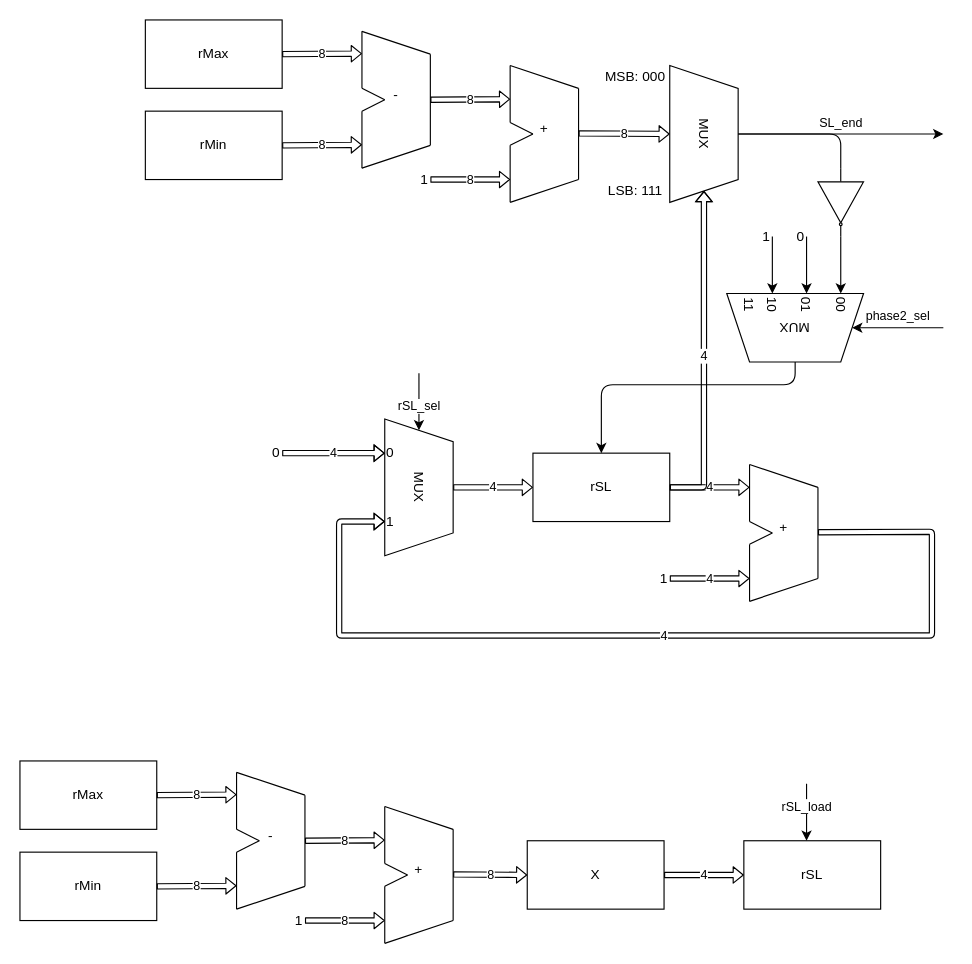
Earlier version of the draw.io diagram datapaths/regSL.drawio (EmilioCorigliano/Progetto-Reti-Logiche-20-21). Source tidied: cells renumbered, new cells numbered last; positions are measured from the earlier drawing's top-left corner, leaving out a move shared by most shapes. Both pictures are drawn from the tidied source at 114%, with x=0, y=0 at pixel (19, 19).
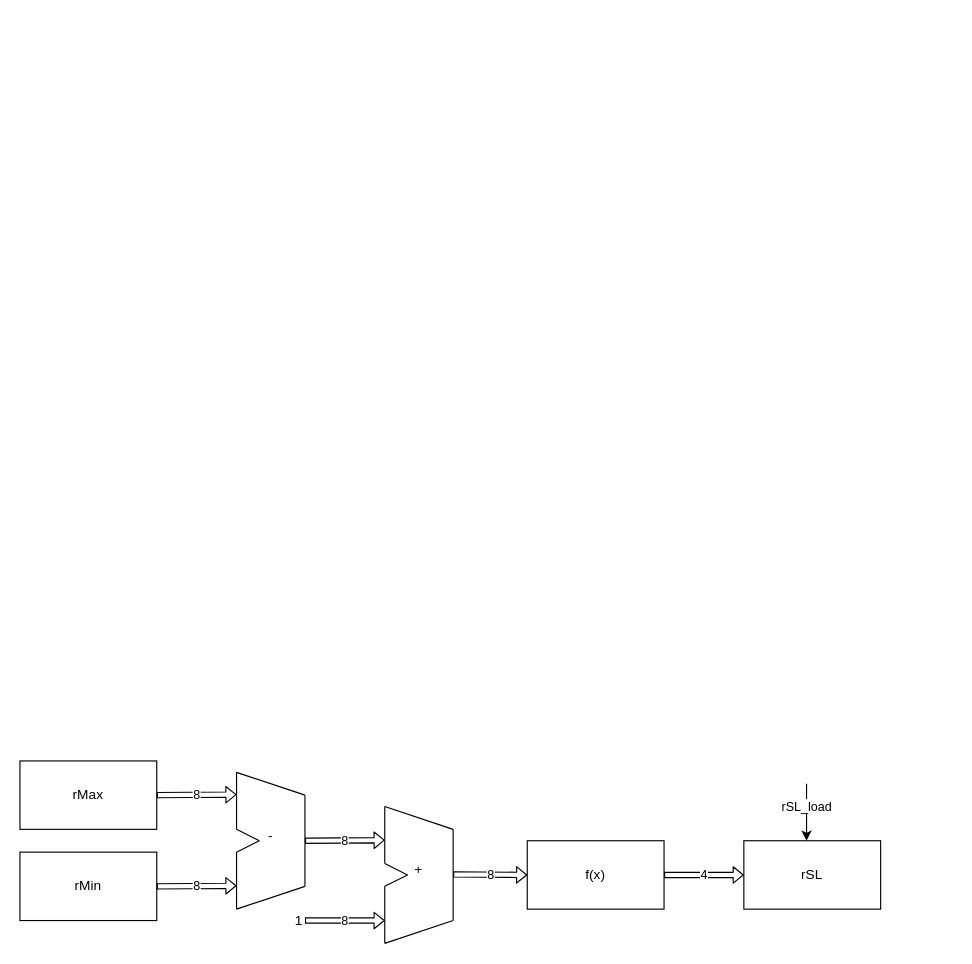
After the change.

Change to the diagram source:
```diff
@@
-    <mxCell id="2" value="rMax" style="rounded=0;whiteSpace=wrap;html=1;fillColor=#FFFFFF;" parent="1" vertex="1">
-      <mxGeometry x="110" width="120" height="60" as="geometry" />
-    </mxCell>
-    <mxCell id="3" style="group;" parent="1" vertex="1">
-      <mxGeometry x="320" y="350" width="60" height="120" as="geometry" />
-    </mxCell>
-    <mxCell id="4" value="MUX" style="shape=trapezoid;perimeter=trapezoidPerimeter;whiteSpace=wrap;html=1;fixedSize=1;size=20;rotation=90;" parent="3" vertex="1">
-      <mxGeometry x="-30" y="30" width="120" height="60" as="geometry" />
-    </mxCell>
-    <mxCell id="5" value="0" style="text;html=1;strokeColor=none;fillColor=none;align=center;verticalAlign=middle;whiteSpace=wrap;rounded=0;" parent="3" vertex="1">
-      <mxGeometry y="20" width="10" height="20" as="geometry" />
-    </mxCell>
-    <mxCell id="6" value="1" style="text;html=1;strokeColor=none;fillColor=none;align=center;verticalAlign=middle;whiteSpace=wrap;rounded=0;" parent="3" vertex="1">
-      <mxGeometry y="80" width="10" height="20" as="geometry" />
-    </mxCell>
-    <mxCell id="7" value="rSL_sel" style="endArrow=classic;html=1;entryX=0;entryY=0.5;entryDx=0;entryDy=0;" parent="1" edge="1" target="4">
-      <mxGeometry x="0.2" relative="1" as="geometry">
-        <mxPoint x="350" y="310" as="sourcePoint" />
-        <mxPoint y="-1" as="offset" />
-      </mxGeometry>
-    </mxCell>
-    <mxCell id="8" value="rSL" style="rounded=0;whiteSpace=wrap;html=1;fillColor=#FFFFFF;" parent="1" vertex="1">
-      <mxGeometry x="450" y="380" width="120" height="60" as="geometry" />
-    </mxCell>
-    <mxCell id="9" value="4" style="shape=flexArrow;endArrow=classic;html=1;width=4.571428571428571;endSize=2.617142857142857;endWidth=8.816326530612246;exitX=0.5;exitY=0;exitDx=0;exitDy=0;entryX=0;entryY=0.5;entryDx=0;entryDy=0;" parent="1" edge="1" source="4" target="8">
-      <mxGeometry relative="1" as="geometry" />
-    </mxCell>
-    <mxCell id="10" value="&#10;&#10;&#10;+" style="group;fillColor=#FFFFFF;" parent="1" vertex="1">
-      <mxGeometry x="640" y="390" width="60" height="120" as="geometry" />
-    </mxCell>
-    <mxCell id="11" style="endArrow=none;html=1;" parent="10" edge="1">
-      <mxGeometry relative="1" as="geometry">
-        <mxPoint y="120" as="sourcePoint" />
-        <mxPoint y="70" as="targetPoint" />
-      </mxGeometry>
-    </mxCell>
-    <mxCell id="12" style="endArrow=none;html=1;" parent="10" edge="1">
-      <mxGeometry relative="1" as="geometry">
-        <mxPoint y="50" as="sourcePoint" />
-        <mxPoint as="targetPoint" />
-      </mxGeometry>
-    </mxCell>
-    <mxCell id="13" style="endArrow=none;html=1;" parent="10" edge="1">
-      <mxGeometry relative="1" as="geometry">
-        <mxPoint x="20" y="60" as="sourcePoint" />
-        <mxPoint y="50" as="targetPoint" />
-      </mxGeometry>
-    </mxCell>
-    <mxCell id="14" style="endArrow=none;html=1;" parent="10" edge="1">
-      <mxGeometry relative="1" as="geometry">
-        <mxPoint x="20" y="60" as="sourcePoint" />
-        <mxPoint y="70" as="targetPoint" />
-      </mxGeometry>
-    </mxCell>
-    <mxCell id="15" style="endArrow=none;html=1;" parent="10" edge="1">
-      <mxGeometry relative="1" as="geometry">
-        <mxPoint y="120" as="sourcePoint" />
-        <mxPoint x="60" y="100" as="targetPoint" />
-      </mxGeometry>
-    </mxCell>
-    <mxCell id="16" style="endArrow=none;html=1;" parent="10" edge="1">
-      <mxGeometry relative="1" as="geometry">
-        <mxPoint as="sourcePoint" />
-        <mxPoint x="60" y="20" as="targetPoint" />
-      </mxGeometry>
-    </mxCell>
-    <mxCell id="17" style="endArrow=none;html=1;" parent="10" edge="1">
-      <mxGeometry relative="1" as="geometry">
-        <mxPoint x="60" y="100" as="sourcePoint" />
-        <mxPoint x="60" y="20" as="targetPoint" />
-      </mxGeometry>
-    </mxCell>
-    <mxCell id="18" value="4" style="shape=flexArrow;endArrow=classic;html=1;width=4.571428571428571;endSize=2.617142857142857;endWidth=8.816326530612246;exitX=1;exitY=0.5;exitDx=0;exitDy=0;" parent="1" edge="1" source="8">
-      <mxGeometry relative="1" as="geometry">
-        <mxPoint x="640" y="410" as="targetPoint" />
-      </mxGeometry>
-    </mxCell>
-    <mxCell id="19" value="4" style="shape=flexArrow;endArrow=classic;html=1;width=4.571428571428571;endSize=2.617142857142857;endWidth=8.816326530612246;exitX=1;exitY=0.5;exitDx=0;exitDy=0;" parent="1" edge="1">
-      <mxGeometry relative="1" as="geometry">
-        <mxPoint x="570" y="490" as="sourcePoint" />
-        <mxPoint x="640" y="490" as="targetPoint" />
-      </mxGeometry>
-    </mxCell>
-    <mxCell id="20" value="1" style="text;html=1;strokeColor=none;fillColor=none;align=center;verticalAlign=middle;whiteSpace=wrap;rounded=0;" parent="1" vertex="1">
-      <mxGeometry x="560" y="480" width="10" height="20" as="geometry" />
-    </mxCell>
-    <mxCell id="21" value="4" style="shape=flexArrow;endArrow=classic;html=1;width=4.571428571428571;endSize=2.617142857142857;endWidth=8.816326530612246;exitX=1;exitY=0.5;exitDx=0;exitDy=0;entryX=0.75;entryY=1;entryDx=0;entryDy=0;" parent="1" edge="1" target="4">
-      <mxGeometry relative="1" as="geometry">
-        <mxPoint x="700" y="449.4" as="sourcePoint" />
-        <Array as="points">
-          <mxPoint x="800" y="449" />
-          <mxPoint x="800" y="540" />
-          <mxPoint x="280" y="540" />
-          <mxPoint x="280" y="440" />
-        </Array>
-      </mxGeometry>
-    </mxCell>
-    <mxCell id="22" value="4" style="shape=flexArrow;endArrow=classic;html=1;width=4.571428571428571;endSize=2.617142857142857;endWidth=8.816326530612246;exitX=1;exitY=0.5;exitDx=0;exitDy=0;entryX=1;entryY=0.5;entryDx=0;entryDy=0;" parent="1" edge="1" source="8" target="48">
-      <mxGeometry relative="1" as="geometry">
-        <Array as="points">
-          <mxPoint x="600" y="410" />
-        </Array>
-      </mxGeometry>
-    </mxCell>
-    <mxCell id="23" value="4" style="shape=flexArrow;endArrow=classic;html=1;width=4.571428571428571;endSize=2.617142857142857;endWidth=8.816326530612246;exitX=1;exitY=0.5;exitDx=0;exitDy=0;entryX=0;entryY=0.5;entryDx=0;entryDy=0;" parent="1" edge="1" target="5">
-      <mxGeometry relative="1" as="geometry">
-        <mxPoint x="230" y="380" as="sourcePoint" />
-        <Array as="points">
-          <mxPoint x="280" y="380" />
-        </Array>
-      </mxGeometry>
-    </mxCell>
-    <mxCell id="24" value="rMin" style="rounded=0;whiteSpace=wrap;html=1;fillColor=#FFFFFF;" parent="1" vertex="1">
-      <mxGeometry x="110" y="80" width="120" height="60" as="geometry" />
-    </mxCell>
-    <mxCell id="25" value="&#10;&#10;&#10;-&#10;" style="group;fillColor=#FFFFFF;" parent="1" vertex="1">
-      <mxGeometry x="300" y="10" width="60" height="120" as="geometry" />
-    </mxCell>
-    <mxCell id="26" style="endArrow=none;html=1;" parent="25" edge="1">
-      <mxGeometry relative="1" as="geometry">
-        <mxPoint y="120" as="sourcePoint" />
-        <mxPoint y="70" as="targetPoint" />
-      </mxGeometry>
-    </mxCell>
-    <mxCell id="27" style="endArrow=none;html=1;" parent="25" edge="1">
-      <mxGeometry relative="1" as="geometry">
-        <mxPoint y="50" as="sourcePoint" />
-        <mxPoint as="targetPoint" />
-      </mxGeometry>
-    </mxCell>
-    <mxCell id="28" style="endArrow=none;html=1;" parent="25" edge="1">
-      <mxGeometry relative="1" as="geometry">
-        <mxPoint x="20" y="60" as="sourcePoint" />
-        <mxPoint y="50" as="targetPoint" />
-      </mxGeometry>
-    </mxCell>
-    <mxCell id="29" style="endArrow=none;html=1;" parent="25" edge="1">
-      <mxGeometry relative="1" as="geometry">
-        <mxPoint x="20" y="60" as="sourcePoint" />
-        <mxPoint y="70" as="targetPoint" />
-      </mxGeometry>
-    </mxCell>
-    <mxCell id="30" style="endArrow=none;html=1;" parent="25" edge="1">
-      <mxGeometry relative="1" as="geometry">
-        <mxPoint y="120" as="sourcePoint" />
-        <mxPoint x="60" y="100" as="targetPoint" />
-      </mxGeometry>
-    </mxCell>
-    <mxCell id="31" style="endArrow=none;html=1;" parent="25" edge="1">
-      <mxGeometry relative="1" as="geometry">
-        <mxPoint as="sourcePoint" />
-        <mxPoint x="60" y="20" as="targetPoint" />
-      </mxGeometry>
-    </mxCell>
-    <mxCell id="32" style="endArrow=none;html=1;" parent="25" edge="1">
-      <mxGeometry relative="1" as="geometry">
-        <mxPoint x="60" y="100" as="sourcePoint" />
-        <mxPoint x="60" y="20" as="targetPoint" />
-      </mxGeometry>
-    </mxCell>
-    <mxCell id="33" value="8" style="shape=flexArrow;endArrow=classic;html=1;width=4.571428571428571;endSize=2.617142857142857;endWidth=8.816326530612246;exitX=1;exitY=0.5;exitDx=0;exitDy=0;" parent="1" edge="1" source="24">
-      <mxGeometry relative="1" as="geometry">
-        <mxPoint x="300" y="109.5" as="targetPoint" />
-      </mxGeometry>
-    </mxCell>
-    <mxCell id="34" value="8" style="shape=flexArrow;endArrow=classic;html=1;width=4.571428571428571;endSize=2.617142857142857;endWidth=8.816326530612246;exitX=1;exitY=0.5;exitDx=0;exitDy=0;" parent="1" edge="1" source="2">
-      <mxGeometry relative="1" as="geometry">
-        <mxPoint x="300" y="29.5" as="targetPoint" />
-      </mxGeometry>
-    </mxCell>
-    <mxCell id="35" value="&#10;&#10;&#10;+" style="group;fillColor=#FFFFFF;" parent="1" vertex="1">
-      <mxGeometry x="430" y="40" width="60" height="120" as="geometry" />
-    </mxCell>
-    <mxCell id="36" style="endArrow=none;html=1;" parent="35" edge="1">
-      <mxGeometry relative="1" as="geometry">
-        <mxPoint y="120" as="sourcePoint" />
-        <mxPoint y="70" as="targetPoint" />
-      </mxGeometry>
-    </mxCell>
-    <mxCell id="37" style="endArrow=none;html=1;" parent="35" edge="1">
-      <mxGeometry relative="1" as="geometry">
-        <mxPoint x="60" y="100" as="sourcePoint" />
-        <mxPoint x="60" y="20" as="targetPoint" />
-      </mxGeometry>
-    </mxCell>
-    <mxCell id="38" style="endArrow=none;html=1;" parent="35" edge="1">
-      <mxGeometry relative="1" as="geometry">
-        <mxPoint y="50" as="sourcePoint" />
-        <mxPoint as="targetPoint" />
-      </mxGeometry>
-    </mxCell>
-    <mxCell id="39" style="endArrow=none;html=1;" parent="35" edge="1">
-      <mxGeometry relative="1" as="geometry">
-        <mxPoint x="20" y="60" as="sourcePoint" />
-        <mxPoint y="50" as="targetPoint" />
-      </mxGeometry>
-    </mxCell>
-    <mxCell id="40" style="endArrow=none;html=1;" parent="35" edge="1">
-      <mxGeometry relative="1" as="geometry">
-        <mxPoint x="20" y="60" as="sourcePoint" />
-        <mxPoint y="70" as="targetPoint" />
-      </mxGeometry>
-    </mxCell>
-    <mxCell id="41" style="endArrow=none;html=1;" parent="35" edge="1">
-      <mxGeometry relative="1" as="geometry">
-        <mxPoint y="120" as="sourcePoint" />
-        <mxPoint x="60" y="100" as="targetPoint" />
-      </mxGeometry>
-    </mxCell>
-    <mxCell id="42" style="endArrow=none;html=1;" parent="35" edge="1">
-      <mxGeometry relative="1" as="geometry">
-        <mxPoint as="sourcePoint" />
-        <mxPoint x="60" y="20" as="targetPoint" />
-      </mxGeometry>
-    </mxCell>
-    <mxCell id="43" value="8" style="shape=flexArrow;endArrow=classic;html=1;width=4.571428571428571;endSize=2.617142857142857;endWidth=8.816326530612246;exitX=1;exitY=0.5;exitDx=0;exitDy=0;" parent="1" edge="1">
-      <mxGeometry relative="1" as="geometry">
-        <mxPoint x="360" y="70" as="sourcePoint" />
-        <mxPoint x="430" y="69.5" as="targetPoint" />
-      </mxGeometry>
-    </mxCell>
-    <mxCell id="44" value="8" style="shape=flexArrow;endArrow=classic;html=1;width=4.571428571428571;endSize=2.617142857142857;endWidth=8.816326530612246;exitX=1;exitY=0.5;exitDx=0;exitDy=0;" parent="1" edge="1">
-      <mxGeometry relative="1" as="geometry">
-        <mxPoint x="360" y="140" as="sourcePoint" />
-        <mxPoint x="430" y="140" as="targetPoint" />
-      </mxGeometry>
-    </mxCell>
-    <mxCell id="45" value="1" style="text;html=1;strokeColor=none;fillColor=none;align=center;verticalAlign=middle;whiteSpace=wrap;rounded=0;" parent="1" vertex="1">
-      <mxGeometry x="350" y="130" width="10" height="20" as="geometry" />
-    </mxCell>
-    <mxCell id="46" value="8" style="shape=flexArrow;endArrow=classic;html=1;width=4.571428571428571;endSize=2.617142857142857;endWidth=8.816326530612246;entryX=0.5;entryY=1;entryDx=0;entryDy=0;" parent="1" edge="1" target="48">
-      <mxGeometry relative="1" as="geometry">
-        <mxPoint x="490" y="99.5" as="sourcePoint" />
-      </mxGeometry>
-    </mxCell>
-    <mxCell id="47" style="group;" parent="1" vertex="1">
-      <mxGeometry x="570" y="40" width="60" height="120" as="geometry" />
-    </mxCell>
-    <mxCell id="48" value="MUX" style="shape=trapezoid;perimeter=trapezoidPerimeter;whiteSpace=wrap;html=1;fixedSize=1;size=20;rotation=90;" parent="47" vertex="1">
-      <mxGeometry x="-30" y="30" width="120" height="60" as="geometry" />
-    </mxCell>
-    <mxCell id="49" value="0" style="text;html=1;strokeColor=none;fillColor=none;align=center;verticalAlign=middle;whiteSpace=wrap;rounded=0;" parent="1" vertex="1">
-      <mxGeometry x="220" y="370" width="10" height="20" as="geometry" />
-    </mxCell>
-    <mxCell id="50" style="edgeStyle=orthogonalEdgeStyle;rounded=0;jettySize=auto;html=1;exitX=1;exitY=0.5;exitDx=0;exitDy=0;entryX=0;entryY=0.5;entryDx=0;entryDy=0;" parent="1" edge="1" source="51" target="57">
-      <mxGeometry relative="1" as="geometry" />
-    </mxCell>
-    <mxCell id="51" style="verticalLabelPosition=bottom;shadow=0;dashed=0;align=center;html=1;verticalAlign=top;shape=mxgraph.electrical.logic_gates.buffer2;negating=1;rotation=90;" parent="1" vertex="1">
-      <mxGeometry x="690" y="140" width="60" height="40" as="geometry" />
-    </mxCell>
-    <mxCell id="52" style="endArrow=none;html=1;exitX=0.5;exitY=0;exitDx=0;exitDy=0;entryX=0;entryY=0.5;entryDx=0;entryDy=0;" parent="1" edge="1" source="48" target="51">
-      <mxGeometry relative="1" as="geometry">
-        <Array as="points">
-          <mxPoint x="720" y="100" />
-        </Array>
-      </mxGeometry>
-    </mxCell>
-    <mxCell id="53" value="MSB: 000" style="text;html=1;strokeColor=none;fillColor=none;align=center;verticalAlign=middle;whiteSpace=wrap;rounded=0;" parent="1" vertex="1">
-      <mxGeometry x="510" y="40" width="60" height="20" as="geometry" />
-    </mxCell>
-    <mxCell id="54" value="LSB: 111" style="text;html=1;strokeColor=none;fillColor=none;align=center;verticalAlign=middle;whiteSpace=wrap;rounded=0;" parent="1" vertex="1">
-      <mxGeometry x="510" y="140" width="60" height="20" as="geometry" />
-    </mxCell>
-    <mxCell id="55" style="group;rotation=90;" parent="1" vertex="1">
-      <mxGeometry x="650" y="210" width="60" height="120" as="geometry" />
-    </mxCell>
-    <mxCell id="56" value="MUX" style="shape=trapezoid;perimeter=trapezoidPerimeter;whiteSpace=wrap;html=1;fixedSize=1;size=20;rotation=180;" parent="55" vertex="1">
-      <mxGeometry x="-30" y="30" width="120" height="60" as="geometry" />
-    </mxCell>
-    <mxCell id="57" value="00" style="text;html=1;strokeColor=none;fillColor=none;align=center;verticalAlign=middle;whiteSpace=wrap;rounded=0;rotation=90;" parent="55" vertex="1">
-      <mxGeometry x="60" y="30" width="20" height="20" as="geometry" />
-    </mxCell>
-    <mxCell id="58" value="01" style="text;html=1;strokeColor=none;fillColor=none;align=center;verticalAlign=middle;whiteSpace=wrap;rounded=0;rotation=90;" parent="55" vertex="1">
-      <mxGeometry x="30" y="30" width="20" height="20" as="geometry" />
-    </mxCell>
-    <mxCell id="59" value="10" style="text;html=1;strokeColor=none;fillColor=none;align=center;verticalAlign=middle;whiteSpace=wrap;rounded=0;rotation=90;" parent="55" vertex="1">
-      <mxGeometry y="30" width="20" height="20" as="geometry" />
-    </mxCell>
-    <mxCell id="60" value="11" style="text;html=1;strokeColor=none;fillColor=none;align=center;verticalAlign=middle;whiteSpace=wrap;rounded=0;rotation=90;" parent="55" vertex="1">
-      <mxGeometry x="-20" y="30" width="20" height="20" as="geometry" />
-    </mxCell>
-    <mxCell id="61" value="0" style="text;html=1;strokeColor=none;fillColor=none;align=center;verticalAlign=middle;whiteSpace=wrap;rounded=0;" parent="1" vertex="1">
-      <mxGeometry x="680" y="180" width="10" height="20" as="geometry" />
-    </mxCell>
-    <mxCell id="62" style="endArrow=classic;html=1;exitX=1;exitY=0.5;exitDx=0;exitDy=0;entryX=0;entryY=0.5;entryDx=0;entryDy=0;" parent="1" edge="1" source="61" target="58">
-      <mxGeometry x="0.2" relative="1" as="geometry">
-        <mxPoint y="-1" as="offset" />
-      </mxGeometry>
-    </mxCell>
-    <mxCell id="63" style="endArrow=classic;html=1;entryX=0;entryY=0.5;entryDx=0;entryDy=0;exitX=1;exitY=0.5;exitDx=0;exitDy=0;" parent="1" edge="1" source="64" target="59">
-      <mxGeometry x="0.2" relative="1" as="geometry">
-        <mxPoint y="-1" as="offset" />
-      </mxGeometry>
-    </mxCell>
-    <mxCell id="64" value="1" style="text;html=1;strokeColor=none;fillColor=none;align=center;verticalAlign=middle;whiteSpace=wrap;rounded=0;" parent="1" vertex="1">
-      <mxGeometry x="650" y="180" width="10" height="20" as="geometry" />
-    </mxCell>
-    <mxCell id="65" style="endArrow=classic;html=1;entryX=0.5;entryY=0;entryDx=0;entryDy=0;exitX=0.5;exitY=0;exitDx=0;exitDy=0;" parent="1" edge="1" source="56" target="8">
-      <mxGeometry x="0.76" relative="1" as="geometry">
-        <Array as="points">
-          <mxPoint x="680" y="320" />
-          <mxPoint x="510" y="320" />
-        </Array>
-      </mxGeometry>
-    </mxCell>
-    <mxCell id="66" value="phase2_sel" style="endArrow=classic;html=1;entryX=0;entryY=0.5;entryDx=0;entryDy=0;" parent="1" edge="1" target="56">
-      <mxGeometry y="-10" relative="1" as="geometry">
-        <mxPoint x="810" y="270" as="sourcePoint" />
-      </mxGeometry>
-    </mxCell>
-    <mxCell id="67" value="SL_end" style="endArrow=classic;html=1;exitX=0.5;exitY=0;exitDx=0;exitDy=0;" parent="1" edge="1" source="48">
-      <mxGeometry y="10" relative="1" as="geometry">
-        <mxPoint x="810" y="100" as="targetPoint" />
-      </mxGeometry>
-    </mxCell>
@@
-    <mxCell id="92" value="X" style="rounded=0;whiteSpace=wrap;html=1;fillColor=#FFFFFF;" parent="1" vertex="1">
+    <mxCell id="92" value="f(x)" style="rounded=0;whiteSpace=wrap;html=1;fillColor=#FFFFFF;" parent="1" vertex="1">
       <mxGeometry x="445" y="720" width="120" height="60" as="geometry" />
     </mxCell>
```
